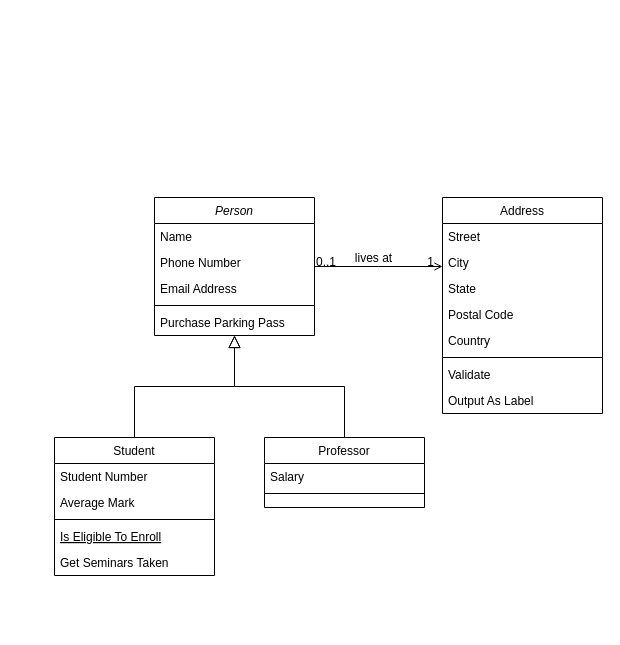
The draw.io diagram ProyectoCiclo3Grupo51-10 .drawio in willintonmb/ProyectoEmpresaGrupo51-10, before the edit. Source tidied: cells renumbered, new cells numbered last; positions are measured from the earlier drawing's top-left corner, leaving out a move shared by most shapes. Both pictures are drawn from the tidied source at 100%, with x=0, y=0 at pixel (54, 197).
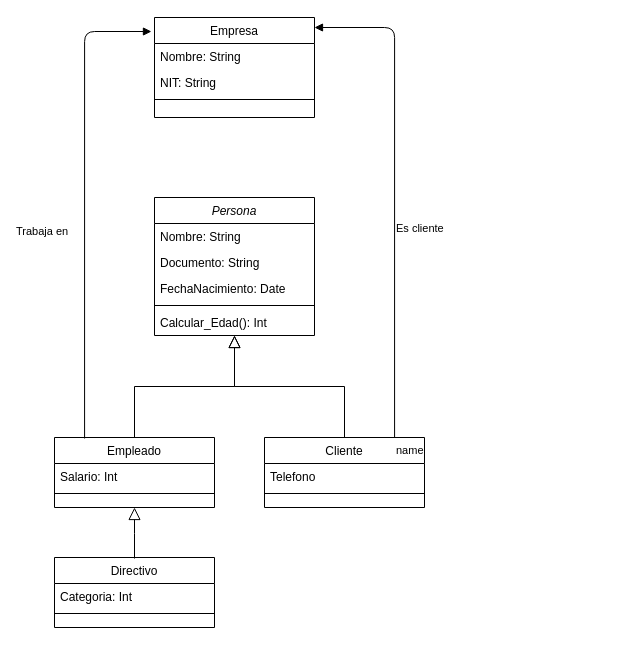
After the change.

Diff of the diagram source:
```diff
@@
-    <mxCell id="2" value="Person" style="swimlane;fontStyle=2;align=center;verticalAlign=top;horizontal=1;startSize=26;rounded=0;shadow=0;strokeWidth=1;" parent="1" vertex="1">
+    <mxCell id="2" value="Persona" style="swimlane;fontStyle=2;align=center;verticalAlign=top;horizontal=1;startSize=26;rounded=0;shadow=0;strokeWidth=1;" parent="1" vertex="1">
       <mxGeometry x="100" width="160" height="138" as="geometry" />
     </mxCell>
-    <mxCell id="3" value="Name" style="text;align=left;verticalAlign=top;spacingLeft=4;spacingRight=4;overflow=hidden;" parent="2" vertex="1">
+    <mxCell id="3" value="Nombre: String" style="text;align=left;verticalAlign=top;spacingLeft=4;spacingRight=4;overflow=hidden;" parent="2" vertex="1">
       <mxGeometry y="26" width="160" height="26" as="geometry" />
     </mxCell>
-    <mxCell id="4" value="Phone Number" style="text;align=left;verticalAlign=top;spacingLeft=4;spacingRight=4;overflow=hidden;rounded=0;shadow=0;html=0;" parent="2" vertex="1">
+    <mxCell id="4" value="Documento: String" style="text;align=left;verticalAlign=top;spacingLeft=4;spacingRight=4;overflow=hidden;rounded=0;shadow=0;html=0;" parent="2" vertex="1">
       <mxGeometry y="52" width="160" height="26" as="geometry" />
     </mxCell>
-    <mxCell id="5" value="Email Address" style="text;align=left;verticalAlign=top;spacingLeft=4;spacingRight=4;overflow=hidden;rounded=0;shadow=0;html=0;" parent="2" vertex="1">
+    <mxCell id="5" value="FechaNacimiento: Date" style="text;align=left;verticalAlign=top;spacingLeft=4;spacingRight=4;overflow=hidden;rounded=0;shadow=0;html=0;" parent="2" vertex="1">
       <mxGeometry y="78" width="160" height="26" as="geometry" />
     </mxCell>
@@
-    <mxCell id="7" value="Purchase Parking Pass" style="text;align=left;verticalAlign=top;spacingLeft=4;spacingRight=4;overflow=hidden;" parent="2" vertex="1">
+    <mxCell id="7" value="Calcular_Edad(): Int" style="text;align=left;verticalAlign=top;spacingLeft=4;spacingRight=4;overflow=hidden;" parent="2" vertex="1">
       <mxGeometry y="112" width="160" height="26" as="geometry" />
     </mxCell>
-    <mxCell id="8" value="Student" style="swimlane;fontStyle=0;align=center;verticalAlign=top;horizontal=1;startSize=26;rounded=0;shadow=0;strokeWidth=1;" parent="1" vertex="1">
-      <mxGeometry y="240" width="160" height="138" as="geometry" />
+    <mxCell id="8" value="Empleado" style="swimlane;fontStyle=0;align=center;verticalAlign=top;horizontal=1;startSize=26;rounded=0;shadow=0;strokeWidth=1;" parent="1" vertex="1">
+      <mxGeometry y="240" width="160" height="70" as="geometry" />
     </mxCell>
-    <mxCell id="9" value="Student Number" style="text;align=left;verticalAlign=top;spacingLeft=4;spacingRight=4;overflow=hidden;" parent="8" vertex="1">
+    <mxCell id="9" value="Salario: Int" style="text;align=left;verticalAlign=top;spacingLeft=4;spacingRight=4;overflow=hidden;" parent="8" vertex="1">
       <mxGeometry y="26" width="160" height="26" as="geometry" />
     </mxCell>
-    <mxCell id="10" value="Average Mark" style="text;align=left;verticalAlign=top;spacingLeft=4;spacingRight=4;overflow=hidden;rounded=0;shadow=0;html=0;" parent="8" vertex="1">
-      <mxGeometry y="52" width="160" height="26" as="geometry" />
-    </mxCell>
     <mxCell id="11" style="line;html=1;strokeWidth=1;align=left;verticalAlign=middle;spacingTop=-1;spacingLeft=3;spacingRight=3;labelPosition=right;" parent="8" vertex="1">
-      <mxGeometry y="78" width="160" height="8" as="geometry" />
+      <mxGeometry y="52" width="160" height="8" as="geometry" />
     </mxCell>
-    <mxCell id="12" value="Is Eligible To Enroll" style="text;align=left;verticalAlign=top;spacingLeft=4;spacingRight=4;overflow=hidden;fontStyle=4;" parent="8" vertex="1">
-      <mxGeometry y="86" width="160" height="26" as="geometry" />
-    </mxCell>
-    <mxCell id="13" value="Get Seminars Taken" style="text;align=left;verticalAlign=top;spacingLeft=4;spacingRight=4;overflow=hidden;" parent="8" vertex="1">
-      <mxGeometry y="112" width="160" height="26" as="geometry" />
-    </mxCell>
@@
-    <mxCell id="15" value="Professor" style="swimlane;fontStyle=0;align=center;verticalAlign=top;horizontal=1;startSize=26;rounded=0;shadow=0;strokeWidth=1;" parent="1" vertex="1">
+    <mxCell id="15" value="Cliente" style="swimlane;fontStyle=0;align=center;verticalAlign=top;horizontal=1;startSize=26;rounded=0;shadow=0;strokeWidth=1;" parent="1" vertex="1">
       <mxGeometry x="210" y="240" width="160" height="70" as="geometry" />
     </mxCell>
-    <mxCell id="16" value="Salary" style="text;align=left;verticalAlign=top;spacingLeft=4;spacingRight=4;overflow=hidden;" parent="15" vertex="1">
+    <mxCell id="16" value="Telefono" style="text;align=left;verticalAlign=top;spacingLeft=4;spacingRight=4;overflow=hidden;" parent="15" vertex="1">
       <mxGeometry y="26" width="160" height="26" as="geometry" />
     </mxCell>
@@
-    <mxCell id="19" value="Address" style="swimlane;fontStyle=0;align=center;verticalAlign=top;horizontal=1;startSize=26;rounded=0;shadow=0;strokeWidth=1;" parent="1" vertex="1">
-      <mxGeometry x="388" width="160" height="216" as="geometry" />
+    <mxCell id="19" value="Empresa" style="swimlane;fontStyle=0;align=center;verticalAlign=top;horizontal=1;startSize=26;rounded=0;shadow=0;strokeWidth=1;" parent="1" vertex="1">
+      <mxGeometry x="100" y="-180" width="160" height="100" as="geometry" />
     </mxCell>
-    <mxCell id="20" value="Street" style="text;align=left;verticalAlign=top;spacingLeft=4;spacingRight=4;overflow=hidden;" parent="19" vertex="1">
+    <mxCell id="20" value="Nombre: String" style="text;align=left;verticalAlign=top;spacingLeft=4;spacingRight=4;overflow=hidden;" parent="19" vertex="1">
       <mxGeometry y="26" width="160" height="26" as="geometry" />
     </mxCell>
-    <mxCell id="21" value="City" style="text;align=left;verticalAlign=top;spacingLeft=4;spacingRight=4;overflow=hidden;rounded=0;shadow=0;html=0;" parent="19" vertex="1">
+    <mxCell id="21" value="NIT: String" style="text;align=left;verticalAlign=top;spacingLeft=4;spacingRight=4;overflow=hidden;rounded=0;shadow=0;html=0;" parent="19" vertex="1">
       <mxGeometry y="52" width="160" height="26" as="geometry" />
     </mxCell>
-    <mxCell id="22" value="State" style="text;align=left;verticalAlign=top;spacingLeft=4;spacingRight=4;overflow=hidden;rounded=0;shadow=0;html=0;" parent="19" vertex="1">
-      <mxGeometry y="78" width="160" height="26" as="geometry" />
-    </mxCell>
-    <mxCell id="23" value="Postal Code" style="text;align=left;verticalAlign=top;spacingLeft=4;spacingRight=4;overflow=hidden;rounded=0;shadow=0;html=0;" parent="19" vertex="1">
-      <mxGeometry y="104" width="160" height="26" as="geometry" />
-    </mxCell>
-    <mxCell id="24" value="Country" style="text;align=left;verticalAlign=top;spacingLeft=4;spacingRight=4;overflow=hidden;rounded=0;shadow=0;html=0;" parent="19" vertex="1">
-      <mxGeometry y="130" width="160" height="26" as="geometry" />
-    </mxCell>
     <mxCell id="25" style="line;html=1;strokeWidth=1;align=left;verticalAlign=middle;spacingTop=-1;spacingLeft=3;spacingRight=3;labelPosition=right;" parent="19" vertex="1">
-      <mxGeometry y="156" width="160" height="8" as="geometry" />
+      <mxGeometry y="78" width="160" height="8" as="geometry" />
     </mxCell>
-    <mxCell id="26" value="Validate" style="text;align=left;verticalAlign=top;spacingLeft=4;spacingRight=4;overflow=hidden;" parent="19" vertex="1">
-      <mxGeometry y="164" width="160" height="26" as="geometry" />
-    </mxCell>
-    <mxCell id="27" value="Output As Label" style="text;align=left;verticalAlign=top;spacingLeft=4;spacingRight=4;overflow=hidden;" parent="19" vertex="1">
-      <mxGeometry y="190" width="160" height="26" as="geometry" />
-    </mxCell>
-    <mxCell id="28" style="endArrow=open;shadow=0;strokeWidth=1;rounded=0;endFill=1;edgeStyle=elbowEdgeStyle;elbow=vertical;" parent="1" edge="1" source="2" target="19">
-      <mxGeometry x="0.5" y="41" relative="1" as="geometry">
-        <mxPoint x="-40" y="32" as="offset" />
-      </mxGeometry>
-    </mxCell>
-    <mxCell id="29" value="0..1" style="align=left;verticalAlign=bottom;labelBackgroundColor=none;fontSize=12;" parent="28" vertex="1">
-      <mxGeometry x="-1" relative="1" as="geometry">
-        <mxPoint y="4" as="offset" />
-      </mxGeometry>
-    </mxCell>
-    <mxCell id="30" value="1" style="align=right;verticalAlign=bottom;labelBackgroundColor=none;fontSize=12;" parent="28" vertex="1">
-      <mxGeometry x="1" relative="1" as="geometry">
-        <mxPoint x="-7" y="4" as="offset" />
-      </mxGeometry>
-    </mxCell>
-    <mxCell id="31" value="lives at" style="text;html=1;align=center;verticalAlign=middle;labelBackgroundColor=none;rounded=0;shadow=0;strokeWidth=1;fontSize=12;" parent="28" vertex="1">
-      <mxGeometry x="0.5" y="49" relative="1" as="geometry">
-        <mxPoint x="-38" y="40" as="offset" />
-      </mxGeometry>
-    </mxCell>
+    <mxCell id="32" value="Directivo" style="swimlane;fontStyle=0;align=center;verticalAlign=top;horizontal=1;startSize=26;rounded=0;shadow=0;strokeWidth=1;" parent="1" vertex="1">
+      <mxGeometry y="360" width="160" height="70" as="geometry" />
+    </mxCell>
+    <mxCell id="33" value="Categoria: Int" style="text;align=left;verticalAlign=top;spacingLeft=4;spacingRight=4;overflow=hidden;" parent="32" vertex="1">
+      <mxGeometry y="26" width="160" height="26" as="geometry" />
+    </mxCell>
+    <mxCell id="34" style="line;html=1;strokeWidth=1;align=left;verticalAlign=middle;spacingTop=-1;spacingLeft=3;spacingRight=3;labelPosition=right;" parent="32" vertex="1">
+      <mxGeometry y="52" width="160" height="8" as="geometry" />
+    </mxCell>
+    <mxCell id="35" style="endArrow=block;endSize=10;endFill=0;shadow=0;strokeWidth=1;rounded=0;edgeStyle=elbowEdgeStyle;elbow=vertical;" parent="1" edge="1">
+      <mxGeometry relative="1" as="geometry">
+        <mxPoint x="80" y="361" as="sourcePoint" />
+        <mxPoint x="80" y="310" as="targetPoint" />
+      </mxGeometry>
+    </mxCell>
+    <mxCell id="36" value="Trabaja en" style="endArrow=block;endFill=1;html=1;edgeStyle=orthogonalEdgeStyle;align=left;verticalAlign=top;exitX=0.188;exitY=0.014;exitDx=0;exitDy=0;exitPerimeter=0;entryX=-0.019;entryY=0.14;entryDx=0;entryDy=0;entryPerimeter=0;" parent="1" edge="1" source="8" target="19">
+      <mxGeometry x="-0.07" y="70" relative="1" as="geometry">
+        <Array as="points">
+          <mxPoint x="30" y="-166" />
+        </Array>
+      </mxGeometry>
+    </mxCell>
+    <mxCell id="37" value="name" style="endArrow=block;endFill=1;html=1;edgeStyle=orthogonalEdgeStyle;align=left;verticalAlign=top;exitX=0.813;exitY=0;exitDx=0;exitDy=0;exitPerimeter=0;entryX=1;entryY=0.1;entryDx=0;entryDy=0;entryPerimeter=0;" parent="1" edge="1" source="15" target="19">
+      <mxGeometry x="-1" relative="1" as="geometry" />
+    </mxCell>
+    <mxCell id="38" value="Es cliente" style="edgeLabel;html=1;align=left;verticalAlign=bottom;" parent="37" vertex="1">
+      <mxGeometry x="-1" relative="1" as="geometry">
+        <mxPoint y="-201" as="offset" />
+      </mxGeometry>
+    </mxCell>
```
